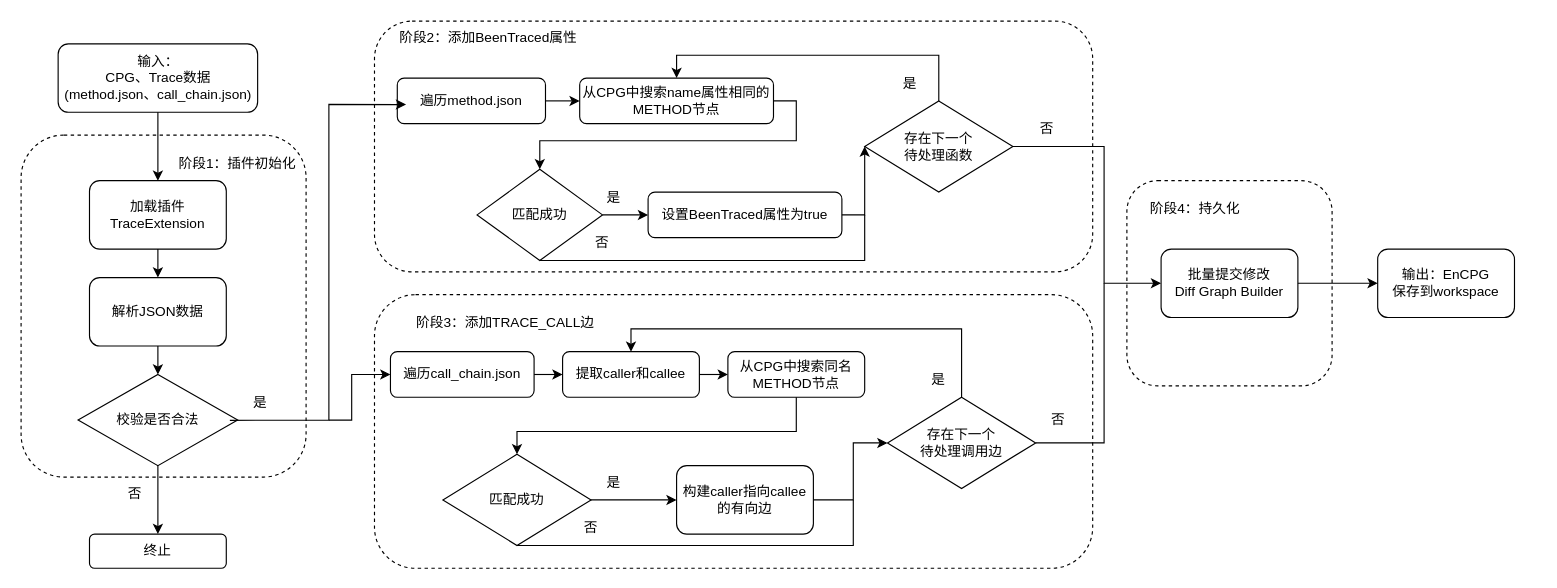
Before: MindMap/CPG增强模块.drawio in hourhl/Draw-io, a draw.io diagram. Source tidied: cells renumbered, new cells numbered last; positions are measured from the earlier drawing's top-left corner, leaving out a move shared by most shapes. Both pictures are drawn from the tidied source at 114%, with x=0, y=0 at pixel (21, 21).
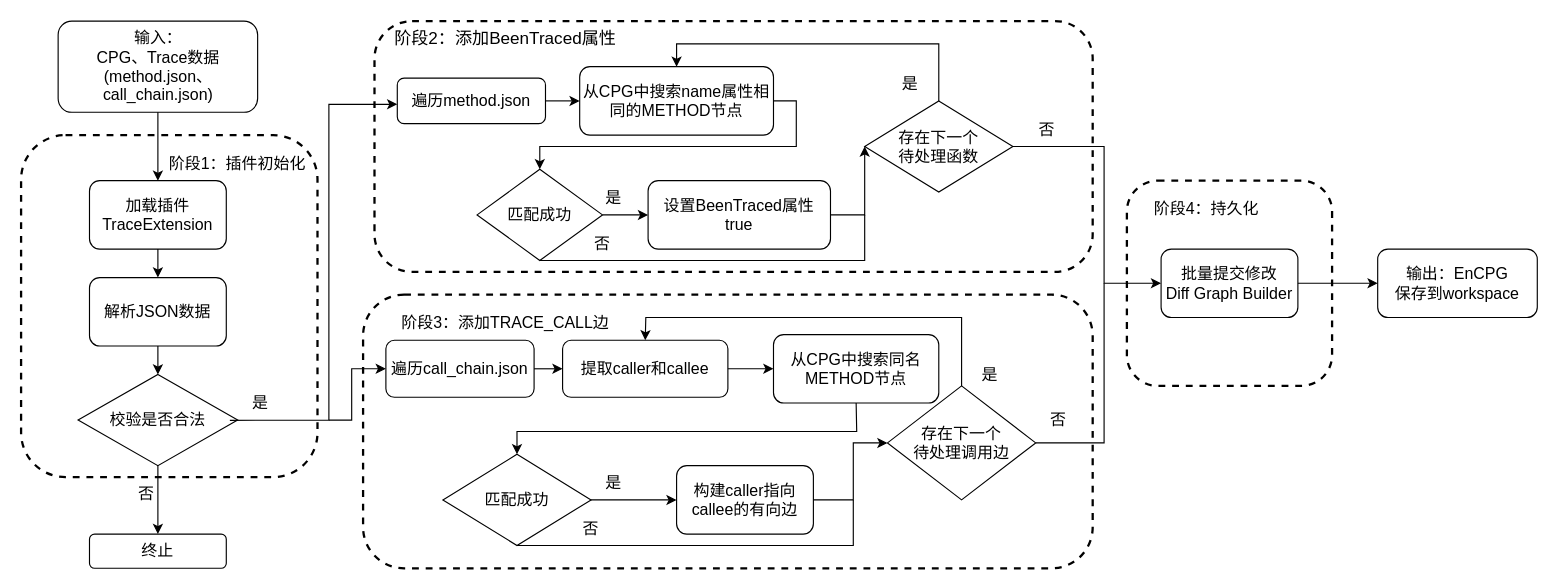
The same page after the edit.

Commit message:
更新CPG增强模块.drawio

Diff of the diagram source:
```diff
@@
-    <mxCell id="2" value="输入：&lt;div&gt;&lt;span style=&quot;background-color: transparent; color: light-dark(rgb(0, 0, 0), rgb(255, 255, 255));&quot;&gt;CPG、&lt;/span&gt;&lt;span style=&quot;background-color: transparent; color: light-dark(rgb(0, 0, 0), rgb(255, 255, 255));&quot;&gt;Trace数据&lt;/span&gt;&lt;/div&gt;&lt;div&gt;&lt;span style=&quot;background-color: transparent; color: light-dark(rgb(0, 0, 0), rgb(255, 255, 255));&quot;&gt;(method.json、call_chain.json)&lt;/span&gt;&lt;/div&gt;" style="rounded=1;whiteSpace=wrap;html=1;" parent="1" vertex="1">
-      <mxGeometry x="32.5" y="20" width="175" height="60" as="geometry" />
+    <mxCell id="2" value="&lt;font style=&quot;font-size: 14px;&quot;&gt;输入：&lt;/font&gt;&lt;div&gt;&lt;font style=&quot;font-size: 14px;&quot;&gt;&lt;span style=&quot;background-color: transparent; color: light-dark(rgb(0, 0, 0), rgb(255, 255, 255));&quot;&gt;CPG、&lt;/span&gt;&lt;span style=&quot;background-color: transparent; color: light-dark(rgb(0, 0, 0), rgb(255, 255, 255));&quot;&gt;Trace数据&lt;/span&gt;&lt;/font&gt;&lt;/div&gt;&lt;div&gt;&lt;span style=&quot;background-color: transparent; color: light-dark(rgb(0, 0, 0), rgb(255, 255, 255));&quot;&gt;&lt;font style=&quot;font-size: 14px;&quot;&gt;(method.json、call_chain.json)&lt;/font&gt;&lt;/span&gt;&lt;/div&gt;" style="rounded=1;whiteSpace=wrap;html=1;" parent="1" vertex="1">
+      <mxGeometry x="32.5" width="175" height="80" as="geometry" />
     </mxCell>
-    <mxCell id="3" style="rounded=1;whiteSpace=wrap;html=1;dashed=1;" parent="1" vertex="1">
-      <mxGeometry y="100" width="250" height="300" as="geometry" />
+    <mxCell id="3" style="rounded=1;whiteSpace=wrap;html=1;dashed=1;strokeWidth=2;" parent="1" vertex="1">
+      <mxGeometry y="100" width="260" height="300" as="geometry" />
     </mxCell>
-    <mxCell id="4" value="阶段1：插件初始化" style="text;html=1;whiteSpace=wrap;strokeColor=none;fillColor=none;align=center;verticalAlign=middle;rounded=0;" parent="1" vertex="1">
-      <mxGeometry x="130" y="110" width="120" height="30" as="geometry" />
+    <mxCell id="4" value="&lt;font style=&quot;font-size: 14px;&quot;&gt;阶段1：插件初始化&lt;/font&gt;" style="text;html=1;whiteSpace=wrap;strokeColor=none;fillColor=none;align=center;verticalAlign=middle;rounded=0;" parent="1" vertex="1">
+      <mxGeometry x="120" y="110" width="140" height="30" as="geometry" />
     </mxCell>
-    <mxCell id="5" value="加载插件&lt;div&gt;TraceExtension&lt;/div&gt;" style="rounded=1;whiteSpace=wrap;html=1;" parent="1" vertex="1">
+    <mxCell id="5" value="&lt;font style=&quot;font-size: 14px;&quot;&gt;加载插件&lt;/font&gt;&lt;div&gt;&lt;font style=&quot;font-size: 14px;&quot;&gt;TraceExtension&lt;/font&gt;&lt;/div&gt;" style="rounded=1;whiteSpace=wrap;html=1;" parent="1" vertex="1">
       <mxGeometry x="60" y="140" width="120" height="60" as="geometry" />
     </mxCell>
-    <mxCell id="6" value="解析JSON数据" style="rounded=1;whiteSpace=wrap;html=1;" parent="1" vertex="1">
+    <mxCell id="6" value="&lt;font style=&quot;font-size: 14px;&quot;&gt;解析JSON数据&lt;/font&gt;" style="rounded=1;whiteSpace=wrap;html=1;" parent="1" vertex="1">
       <mxGeometry x="60" y="225" width="120" height="60" as="geometry" />
     </mxCell>
-    <mxCell id="7" value="校验是否合法" style="rhombus;whiteSpace=wrap;html=1;" parent="1" vertex="1">
+    <mxCell id="7" value="&lt;font style=&quot;font-size: 14px;&quot;&gt;校验是否合法&lt;/font&gt;" style="rhombus;whiteSpace=wrap;html=1;" parent="1" vertex="1">
       <mxGeometry x="50" y="310" width="140" height="80" as="geometry" />
     </mxCell>
-    <mxCell id="8" value="终止" style="rounded=1;whiteSpace=wrap;html=1;" parent="1" vertex="1">
+    <mxCell id="8" value="&lt;font style=&quot;font-size: 14px;&quot;&gt;终止&lt;/font&gt;" style="rounded=1;whiteSpace=wrap;html=1;" parent="1" vertex="1">
       <mxGeometry x="60" y="450" width="120" height="30" as="geometry" />
     </mxCell>
-    <mxCell id="9" style="rounded=1;whiteSpace=wrap;html=1;dashed=1;" parent="1" vertex="1">
+    <mxCell id="9" style="rounded=1;whiteSpace=wrap;html=1;dashed=1;strokeWidth=2;" parent="1" vertex="1">
       <mxGeometry x="310" width="630" height="220" as="geometry" />
     </mxCell>
-    <mxCell id="10" value="阶段2：添加BeenTraced属性" style="text;html=1;whiteSpace=wrap;strokeColor=none;fillColor=none;align=center;verticalAlign=middle;rounded=0;" parent="1" vertex="1">
-      <mxGeometry x="320" width="180" height="30" as="geometry" />
+    <mxCell id="10" value="&lt;font style=&quot;font-size: 15px;&quot;&gt;阶段2：添加BeenTraced属性&lt;/font&gt;" style="text;html=1;whiteSpace=wrap;strokeColor=none;fillColor=none;align=center;verticalAlign=middle;rounded=0;" parent="1" vertex="1">
+      <mxGeometry x="320" width="210" height="30" as="geometry" />
     </mxCell>
-    <mxCell id="11" value="遍历method.json" style="rounded=1;whiteSpace=wrap;html=1;" parent="1" vertex="1">
+    <mxCell id="11" value="&lt;font style=&quot;font-size: 14px;&quot;&gt;遍历method.json&lt;/font&gt;" style="rounded=1;whiteSpace=wrap;html=1;" parent="1" vertex="1">
       <mxGeometry x="330" y="50" width="130" height="40" as="geometry" />
     </mxCell>
-    <mxCell id="12" value="从CPG中搜索name属性相同的METHOD节点" style="rounded=1;whiteSpace=wrap;html=1;" parent="1" vertex="1">
-      <mxGeometry x="490" y="50" width="170" height="40" as="geometry" />
+    <mxCell id="12" value="&lt;font style=&quot;font-size: 14px;&quot;&gt;从CPG中搜索name属性相同的METHOD节点&lt;/font&gt;" style="rounded=1;whiteSpace=wrap;html=1;" parent="1" vertex="1">
+      <mxGeometry x="490" y="40" width="170" height="60" as="geometry" />
     </mxCell>
-    <mxCell id="13" value="匹配成功" style="rhombus;whiteSpace=wrap;html=1;" parent="1" vertex="1">
+    <mxCell id="13" value="&lt;font style=&quot;font-size: 14px;&quot;&gt;匹配成功&lt;/font&gt;" style="rhombus;whiteSpace=wrap;html=1;" parent="1" vertex="1">
       <mxGeometry x="400" y="130" width="110" height="80" as="geometry" />
     </mxCell>
-    <mxCell id="14" value="设置BeenTraced属性为true" style="rounded=1;whiteSpace=wrap;html=1;" parent="1" vertex="1">
-      <mxGeometry x="550" y="150" width="170" height="40" as="geometry" />
+    <mxCell id="14" value="&lt;font style=&quot;font-size: 14px;&quot;&gt;设置BeenTraced属性&lt;/font&gt;&lt;div&gt;&lt;font style=&quot;font-size: 14px;&quot;&gt;true&lt;/font&gt;&lt;/div&gt;" style="rounded=1;whiteSpace=wrap;html=1;" parent="1" vertex="1">
+      <mxGeometry x="550" y="140" width="160" height="60" as="geometry" />
     </mxCell>
-    <mxCell id="15" style="rounded=1;whiteSpace=wrap;html=1;dashed=1;" parent="1" vertex="1">
-      <mxGeometry x="310" y="240" width="630" height="240" as="geometry" />
+    <mxCell id="15" style="rounded=1;whiteSpace=wrap;html=1;dashed=1;strokeWidth=2;" parent="1" vertex="1">
+      <mxGeometry x="300" y="240" width="640" height="240" as="geometry" />
     </mxCell>
-    <mxCell id="16" value="阶段3：添加TRACE_CALL边" style="text;html=1;whiteSpace=wrap;strokeColor=none;fillColor=none;align=center;verticalAlign=middle;rounded=0;" parent="1" vertex="1">
+    <mxCell id="16" value="&lt;font style=&quot;font-size: 14px;&quot;&gt;阶段3：添加TRACE_CALL边&lt;/font&gt;" style="text;html=1;whiteSpace=wrap;strokeColor=none;fillColor=none;align=center;verticalAlign=middle;rounded=0;" parent="1" vertex="1">
       <mxGeometry x="320" y="250" width="210" height="30" as="geometry" />
     </mxCell>
-    <mxCell id="17" value="遍历call_chain.json" style="rounded=1;whiteSpace=wrap;html=1;" parent="1" vertex="1">
-      <mxGeometry x="324" y="290" width="126" height="40" as="geometry" />
+    <mxCell id="17" value="&lt;font style=&quot;font-size: 14px;&quot;&gt;遍历call_chain.json&lt;/font&gt;" style="rounded=1;whiteSpace=wrap;html=1;" parent="1" vertex="1">
+      <mxGeometry x="320" y="280" width="130" height="50" as="geometry" />
     </mxCell>
-    <mxCell id="18" value="提取caller和callee" style="rounded=1;whiteSpace=wrap;html=1;" parent="1" vertex="1">
-      <mxGeometry x="475" y="290" width="120" height="40" as="geometry" />
+    <mxCell id="18" value="&lt;font style=&quot;font-size: 14px;&quot;&gt;提取caller和callee&lt;/font&gt;" style="rounded=1;whiteSpace=wrap;html=1;" parent="1" vertex="1">
+      <mxGeometry x="475" y="280" width="145" height="50" as="geometry" />
     </mxCell>
-    <mxCell id="19" value="从CPG中搜索同名METHOD节点" style="rounded=1;whiteSpace=wrap;html=1;" parent="1" vertex="1">
-      <mxGeometry x="620" y="290" width="120" height="40" as="geometry" />
+    <mxCell id="19" value="&lt;font style=&quot;font-size: 14px;&quot;&gt;从CPG中搜索同名METHOD节点&lt;/font&gt;" style="rounded=1;whiteSpace=wrap;html=1;" parent="1" vertex="1">
+      <mxGeometry x="660" y="275" width="145" height="60" as="geometry" />
     </mxCell>
-    <mxCell id="20" value="匹配成功" style="rhombus;whiteSpace=wrap;html=1;" parent="1" vertex="1">
+    <mxCell id="20" value="&lt;font style=&quot;font-size: 14px;&quot;&gt;匹配成功&lt;/font&gt;" style="rhombus;whiteSpace=wrap;html=1;" parent="1" vertex="1">
       <mxGeometry x="370" y="380" width="130" height="80" as="geometry" />
     </mxCell>
-    <mxCell id="21" value="构建caller指向callee的有向边" style="rounded=1;whiteSpace=wrap;html=1;" parent="1" vertex="1">
+    <mxCell id="21" value="&lt;font style=&quot;font-size: 14px;&quot;&gt;构建caller指向callee的有向边&lt;/font&gt;" style="rounded=1;whiteSpace=wrap;html=1;" parent="1" vertex="1">
       <mxGeometry x="575" y="390" width="120" height="60" as="geometry" />
     </mxCell>
-    <mxCell id="22" style="rounded=1;whiteSpace=wrap;html=1;dashed=1;" parent="1" vertex="1">
+    <mxCell id="22" style="rounded=1;whiteSpace=wrap;html=1;dashed=1;strokeWidth=2;" parent="1" vertex="1">
       <mxGeometry x="970" y="140" width="180" height="180" as="geometry" />
     </mxCell>
-    <mxCell id="23" value="阶段4：持久化" style="text;html=1;whiteSpace=wrap;strokeColor=none;fillColor=none;align=center;verticalAlign=middle;rounded=0;" parent="1" vertex="1">
-      <mxGeometry x="980" y="150" width="100" height="30" as="geometry" />
+    <mxCell id="23" value="&lt;font style=&quot;font-size: 14px;&quot;&gt;阶段4：持久化&lt;/font&gt;" style="text;html=1;whiteSpace=wrap;strokeColor=none;fillColor=none;align=center;verticalAlign=middle;rounded=0;" parent="1" vertex="1">
+      <mxGeometry x="980" y="150" width="120" height="30" as="geometry" />
     </mxCell>
-    <mxCell id="24" value="批量提交修改&lt;div&gt;Diff Graph Builder&lt;/div&gt;" style="rounded=1;whiteSpace=wrap;html=1;" parent="1" vertex="1">
+    <mxCell id="24" value="&lt;font style=&quot;font-size: 14px;&quot;&gt;批量提交修改&lt;/font&gt;&lt;div&gt;&lt;font style=&quot;font-size: 14px;&quot;&gt;Diff Graph Builder&lt;/font&gt;&lt;/div&gt;" style="rounded=1;whiteSpace=wrap;html=1;" parent="1" vertex="1">
       <mxGeometry x="1000" y="200" width="120" height="60" as="geometry" />
     </mxCell>
-    <mxCell id="25" value="输出：EnCPG&lt;div&gt;保存到workspace&lt;/div&gt;" style="rounded=1;whiteSpace=wrap;html=1;" parent="1" vertex="1">
-      <mxGeometry x="1190" y="200" width="120" height="60" as="geometry" />
+    <mxCell id="25" value="&lt;font style=&quot;font-size: 14px;&quot;&gt;输出：EnCPG&lt;/font&gt;&lt;div&gt;&lt;font style=&quot;font-size: 14px;&quot;&gt;保存到workspace&lt;/font&gt;&lt;/div&gt;" style="rounded=1;whiteSpace=wrap;html=1;" parent="1" vertex="1">
+      <mxGeometry x="1190" y="200" width="140" height="60" as="geometry" />
     </mxCell>
@@
-    <mxCell id="30" value="否" style="text;html=1;whiteSpace=wrap;strokeColor=none;fillColor=none;align=center;verticalAlign=middle;rounded=0;" parent="1" vertex="1">
-      <mxGeometry x="70" y="400" width="60" height="30" as="geometry" />
+    <mxCell id="30" value="&lt;font style=&quot;font-size: 14px;&quot;&gt;否&lt;/font&gt;" style="text;html=1;whiteSpace=wrap;strokeColor=none;fillColor=none;align=center;verticalAlign=middle;rounded=0;" parent="1" vertex="1">
+      <mxGeometry x="80" y="400" width="60" height="30" as="geometry" />
     </mxCell>
-    <mxCell id="31" style="endArrow=classic;html=1;rounded=0;exitX=0.951;exitY=0.503;exitDx=0;exitDy=0;exitPerimeter=0;entryX=0.044;entryY=0.333;entryDx=0;entryDy=0;entryPerimeter=0;" parent="1" edge="1" source="7" target="9">
+    <mxCell id="31" style="endArrow=classic;html=1;rounded=0;exitX=0.951;exitY=0.503;exitDx=0;exitDy=0;exitPerimeter=0;" parent="1" edge="1" source="7">
       <mxGeometry relative="1" as="geometry">
+        <mxPoint x="330" y="73" as="targetPoint" />
         <Array as="points">
           <mxPoint x="270" y="350" />
           <mxPoint x="270" y="73" />
         </Array>
       </mxGeometry>
     </mxCell>
-    <mxCell id="32" value="是" style="text;html=1;whiteSpace=wrap;strokeColor=none;fillColor=none;align=center;verticalAlign=middle;rounded=0;" parent="1" vertex="1">
+    <mxCell id="32" value="&lt;font style=&quot;font-size: 14px;&quot;&gt;是&lt;/font&gt;" style="text;html=1;whiteSpace=wrap;strokeColor=none;fillColor=none;align=center;verticalAlign=middle;rounded=0;" parent="1" vertex="1">
       <mxGeometry x="180" y="320" width="60" height="30" as="geometry" />
     </mxCell>
     <mxCell id="33" style="endArrow=classic;html=1;rounded=0;entryX=0;entryY=0.5;entryDx=0;entryDy=0;" parent="1" edge="1" target="17">
       <mxGeometry relative="1" as="geometry">
         <mxPoint x="270" y="350" as="sourcePoint" />
         <Array as="points">
           <mxPoint x="290" y="350" />
-          <mxPoint x="290" y="310" />
+          <mxPoint x="290" y="305" />
         </Array>
       </mxGeometry>
     </mxCell>
@@
     <mxCell id="35" style="endArrow=classic;html=1;rounded=0;exitX=1;exitY=0.5;exitDx=0;exitDy=0;entryX=0.5;entryY=0;entryDx=0;entryDy=0;" parent="1" edge="1" source="12" target="13">
       <mxGeometry relative="1" as="geometry">
         <Array as="points">
           <mxPoint x="680" y="70" />
-          <mxPoint x="680" y="105" />
-          <mxPoint x="455" y="105" />
+          <mxPoint x="680" y="110" />
+          <mxPoint x="455" y="110" />
         </Array>
       </mxGeometry>
     </mxCell>
@@
-    <mxCell id="37" value="是" style="text;html=1;whiteSpace=wrap;strokeColor=none;fillColor=none;align=center;verticalAlign=middle;rounded=0;" parent="1" vertex="1">
+    <mxCell id="37" value="&lt;font style=&quot;font-size: 14px;&quot;&gt;是&lt;/font&gt;" style="text;html=1;whiteSpace=wrap;strokeColor=none;fillColor=none;align=center;verticalAlign=middle;rounded=0;" parent="1" vertex="1">
       <mxGeometry x="490" y="140" width="60" height="30" as="geometry" />
     </mxCell>
@@
-    <mxCell id="40" value="存在下一个&lt;div&gt;待处理函数&lt;/div&gt;" style="rhombus;whiteSpace=wrap;html=1;" parent="1" vertex="1">
+    <mxCell id="40" value="&lt;font style=&quot;font-size: 14px;&quot;&gt;存在下一个&lt;/font&gt;&lt;div&gt;&lt;font style=&quot;font-size: 14px;&quot;&gt;待处理函数&lt;/font&gt;&lt;/div&gt;" style="rhombus;whiteSpace=wrap;html=1;" parent="1" vertex="1">
       <mxGeometry x="740" y="70" width="130" height="80" as="geometry" />
     </mxCell>
@@
     <mxCell id="42" style="endArrow=classic;html=1;rounded=0;exitX=0.5;exitY=0;exitDx=0;exitDy=0;entryX=0.5;entryY=0;entryDx=0;entryDy=0;" parent="1" edge="1" source="40" target="12">
       <mxGeometry relative="1" as="geometry">
         <Array as="points">
-          <mxPoint x="805" y="30" />
-          <mxPoint x="575" y="30" />
+          <mxPoint x="805" y="20" />
+          <mxPoint x="575" y="20" />
         </Array>
       </mxGeometry>
     </mxCell>
@@
-    <mxCell id="44" value="否" style="text;html=1;whiteSpace=wrap;strokeColor=none;fillColor=none;align=center;verticalAlign=middle;rounded=0;" parent="1" vertex="1">
+    <mxCell id="44" value="&lt;font style=&quot;font-size: 14px;&quot;&gt;否&lt;/font&gt;" style="text;html=1;whiteSpace=wrap;strokeColor=none;fillColor=none;align=center;verticalAlign=middle;rounded=0;" parent="1" vertex="1">
       <mxGeometry x="480" y="180" width="60" height="30" as="geometry" />
     </mxCell>
@@
-    <mxCell id="46" value="是" style="text;html=1;whiteSpace=wrap;strokeColor=none;fillColor=none;align=center;verticalAlign=middle;rounded=0;" parent="1" vertex="1">
+    <mxCell id="46" value="&lt;font style=&quot;font-size: 14px;&quot;&gt;是&lt;/font&gt;" style="text;html=1;whiteSpace=wrap;strokeColor=none;fillColor=none;align=center;verticalAlign=middle;rounded=0;" parent="1" vertex="1">
       <mxGeometry x="750" y="40" width="60" height="30" as="geometry" />
     </mxCell>
-    <mxCell id="47" value="否" style="text;html=1;whiteSpace=wrap;strokeColor=none;fillColor=none;align=center;verticalAlign=middle;rounded=0;" parent="1" vertex="1">
+    <mxCell id="47" value="&lt;font style=&quot;font-size: 14px;&quot;&gt;否&lt;/font&gt;" style="text;html=1;whiteSpace=wrap;strokeColor=none;fillColor=none;align=center;verticalAlign=middle;rounded=0;" parent="1" vertex="1">
       <mxGeometry x="870" y="80" width="60" height="30" as="geometry" />
     </mxCell>
-    <mxCell id="48" value="存在下一个&lt;div&gt;待处理调用边&lt;/div&gt;" style="rhombus;whiteSpace=wrap;html=1;" parent="1" vertex="1">
-      <mxGeometry x="760" y="330" width="130" height="80" as="geometry" />
+    <mxCell id="48" value="&lt;font style=&quot;font-size: 14px;&quot;&gt;存在下一个&lt;/font&gt;&lt;div&gt;&lt;font style=&quot;font-size: 14px;&quot;&gt;待处理调用边&lt;/font&gt;&lt;/div&gt;" style="rhombus;whiteSpace=wrap;html=1;" parent="1" vertex="1">
+      <mxGeometry x="760" y="320" width="130" height="100" as="geometry" />
     </mxCell>
     <mxCell id="49" style="endArrow=classic;html=1;rounded=0;exitX=0.5;exitY=1;exitDx=0;exitDy=0;entryX=0.5;entryY=0;entryDx=0;entryDy=0;" parent="1" edge="1" source="19" target="20">
       <mxGeometry relative="1" as="geometry">
         <Array as="points">
-          <mxPoint x="680" y="360" />
+          <mxPoint x="733" y="360" />
           <mxPoint x="435" y="360" />
         </Array>
       </mxGeometry>
     </mxCell>
@@
     <mxCell id="53" style="endArrow=classic;html=1;rounded=0;exitX=0.5;exitY=0;exitDx=0;exitDy=0;entryX=0.5;entryY=0;entryDx=0;entryDy=0;" parent="1" edge="1" source="48" target="18">
       <mxGeometry relative="1" as="geometry">
         <Array as="points">
-          <mxPoint x="825" y="270" />
-          <mxPoint x="535" y="270" />
+          <mxPoint x="825" y="260" />
+          <mxPoint x="548" y="260" />
         </Array>
       </mxGeometry>
     </mxCell>
@@
-    <mxCell id="55" value="是" style="text;html=1;whiteSpace=wrap;strokeColor=none;fillColor=none;align=center;verticalAlign=middle;rounded=0;" parent="1" vertex="1">
+    <mxCell id="55" value="&lt;font style=&quot;font-size: 14px;&quot;&gt;是&lt;/font&gt;" style="text;html=1;whiteSpace=wrap;strokeColor=none;fillColor=none;align=center;verticalAlign=middle;rounded=0;" parent="1" vertex="1">
       <mxGeometry x="490" y="390" width="60" height="30" as="geometry" />
     </mxCell>
-    <mxCell id="56" value="否" style="text;html=1;whiteSpace=wrap;strokeColor=none;fillColor=none;align=center;verticalAlign=middle;rounded=0;" parent="1" vertex="1">
+    <mxCell id="56" value="&lt;font style=&quot;font-size: 14px;&quot;&gt;否&lt;/font&gt;" style="text;html=1;whiteSpace=wrap;strokeColor=none;fillColor=none;align=center;verticalAlign=middle;rounded=0;" parent="1" vertex="1">
       <mxGeometry x="470" y="430" width="60" height="30" as="geometry" />
     </mxCell>
-    <mxCell id="57" value="是" style="text;html=1;whiteSpace=wrap;strokeColor=none;fillColor=none;align=center;verticalAlign=middle;rounded=0;" parent="1" vertex="1">
-      <mxGeometry x="775" y="300" width="60" height="30" as="geometry" />
+    <mxCell id="57" value="&lt;font style=&quot;font-size: 14px;&quot;&gt;是&lt;/font&gt;" style="text;html=1;whiteSpace=wrap;strokeColor=none;fillColor=none;align=center;verticalAlign=middle;rounded=0;" parent="1" vertex="1">
+      <mxGeometry x="820" y="295" width="60" height="30" as="geometry" />
     </mxCell>
-    <mxCell id="58" value="否" style="text;html=1;whiteSpace=wrap;strokeColor=none;fillColor=none;align=center;verticalAlign=middle;rounded=0;" parent="1" vertex="1">
+    <mxCell id="58" value="&lt;font style=&quot;font-size: 14px;&quot;&gt;否&lt;/font&gt;" style="text;html=1;whiteSpace=wrap;strokeColor=none;fillColor=none;align=center;verticalAlign=middle;rounded=0;" parent="1" vertex="1">
       <mxGeometry x="880" y="335" width="60" height="30" as="geometry" />
     </mxCell>
```
